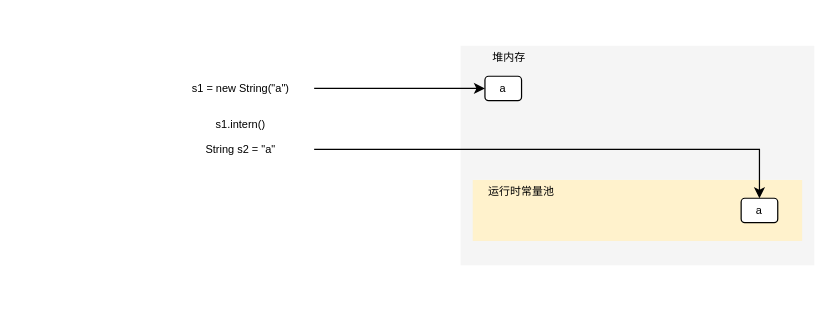
Earlier version of the draw.io diagram 流程图/未命名绘图.drawio (AlpacaMe/Draft). Source tidied: cells renumbered, new cells numbered last; positions are measured from the earlier drawing's top-left corner, leaving out a move shared by most shapes. Both pictures are drawn from the tidied source at 122%, with x=0, y=0 at pixel (167, 45).
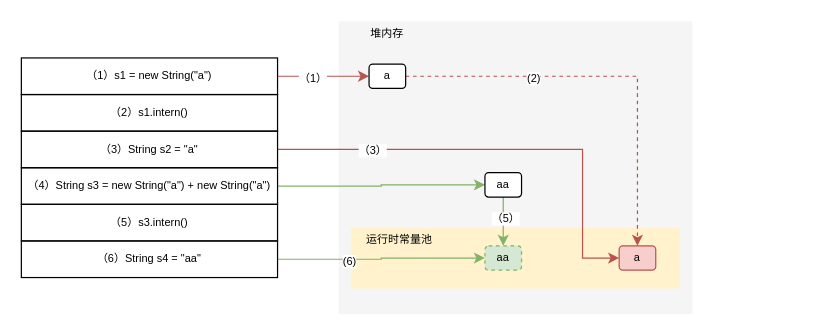
Above is the later version.

Commit message (it also covers changes not shown here):
更新未命名绘图.drawio

The edit, as a diff of the source:
```diff
@@
     <mxCell id="2" style="rounded=0;whiteSpace=wrap;html=1;fontSize=9;fillColor=#f5f5f5;fontColor=#333333;strokeColor=none;" parent="1" vertex="1">
-      <mxGeometry x="240" width="290" height="180" as="geometry" />
+      <mxGeometry x="140" y="-20" width="290" height="240" as="geometry" />
     </mxCell>
     <mxCell id="3" style="rounded=0;whiteSpace=wrap;html=1;fontSize=9;fillColor=#fff2cc;strokeColor=none;" parent="1" vertex="1">
-      <mxGeometry x="250" y="110" width="270" height="50" as="geometry" />
+      <mxGeometry x="150" y="149" width="270" height="50" as="geometry" />
     </mxCell>
     <mxCell id="4" value="堆内存" style="text;html=1;align=center;verticalAlign=middle;whiteSpace=wrap;rounded=0;fontSize=9;" parent="1" vertex="1">
-      <mxGeometry x="250" width="60" height="20" as="geometry" />
+      <mxGeometry x="150" y="-20" width="60" height="20" as="geometry" />
     </mxCell>
     <mxCell id="5" value="运行时常量池" style="text;html=1;align=center;verticalAlign=middle;whiteSpace=wrap;rounded=0;fontSize=9;" parent="1" vertex="1">
-      <mxGeometry x="250" y="110" width="80" height="20" as="geometry" />
+      <mxGeometry x="150" y="149" width="80" height="20" as="geometry" />
     </mxCell>
-    <mxCell id="6" value="a" style="rounded=1;whiteSpace=wrap;html=1;fontSize=9;" parent="1" vertex="1">
-      <mxGeometry x="470" y="125" width="30" height="20" as="geometry" />
+    <mxCell id="6" value="a" style="rounded=1;whiteSpace=wrap;html=1;fontSize=9;fillColor=#f8cecc;strokeColor=#b85450;" parent="1" vertex="1">
+      <mxGeometry x="370" y="164" width="30" height="20" as="geometry" />
     </mxCell>
-    <mxCell id="7" style="edgeStyle=orthogonalEdgeStyle;rounded=0;jettySize=auto;html=1;entryX=0;entryY=0.5;entryDx=0;entryDy=0;fontSize=9;" parent="1" edge="1" source="8" target="9">
+    <mxCell id="7" style="edgeStyle=orthogonalEdgeStyle;rounded=0;jettySize=auto;html=1;entryX=0;entryY=0.5;entryDx=0;entryDy=0;fontSize=9;fillColor=#f8cecc;strokeColor=#b85450;" parent="1" edge="1" source="8" target="9">
       <mxGeometry relative="1" as="geometry" />
     </mxCell>
+    <mxCell id="13" value="（1）" style="edgeLabel;html=1;align=center;verticalAlign=middle;fontSize=9;" parent="7" vertex="1">
+      <mxGeometry x="-0.25" y="-1" relative="1" as="geometry" />
+    </mxCell>
-    <mxCell id="8" value="s1 = new String(&quot;a&quot;)" style="text;html=1;align=center;verticalAlign=middle;whiteSpace=wrap;rounded=0;fontSize=9;" parent="1" vertex="1">
-      <mxGeometry y="20" width="120" height="30" as="geometry" />
+    <mxCell id="8" value="（1）s1 = new String(&quot;a&quot;)" style="text;html=1;align=center;verticalAlign=middle;whiteSpace=wrap;rounded=0;fontSize=9;strokeColor=default;strokeWidth=1;" parent="1" vertex="1">
+      <mxGeometry x="-120" y="10" width="210" height="30" as="geometry" />
     </mxCell>
+    <mxCell id="14" style="edgeStyle=orthogonalEdgeStyle;rounded=0;jettySize=auto;html=1;exitX=1;exitY=0.5;exitDx=0;exitDy=0;entryX=0.5;entryY=0;entryDx=0;entryDy=0;dashed=1;fontSize=9;fillColor=#f8cecc;strokeColor=#b85450;" parent="1" edge="1" source="9" target="6">
+      <mxGeometry relative="1" as="geometry" />
+    </mxCell>
+    <mxCell id="15" value="(2)" style="edgeLabel;html=1;align=center;verticalAlign=middle;fontSize=9;" parent="14" vertex="1">
+      <mxGeometry x="-0.37" y="-1" relative="1" as="geometry" />
+    </mxCell>
     <mxCell id="9" value="a" style="rounded=1;whiteSpace=wrap;html=1;fontSize=9;" parent="1" vertex="1">
-      <mxGeometry x="260" y="25" width="30" height="20" as="geometry" />
+      <mxGeometry x="165" y="15" width="30" height="20" as="geometry" />
     </mxCell>
-    <mxCell id="10" value="s1.intern()" style="text;html=1;align=center;verticalAlign=middle;whiteSpace=wrap;rounded=0;fontSize=9;" parent="1" vertex="1">
-      <mxGeometry y="50" width="120" height="30" as="geometry" />
+    <mxCell id="10" value="（2）s1.intern()" style="text;html=1;align=center;verticalAlign=middle;whiteSpace=wrap;rounded=0;fontSize=9;strokeColor=default;strokeWidth=1;" parent="1" vertex="1">
+      <mxGeometry x="-120" y="40" width="210" height="30" as="geometry" />
     </mxCell>
-    <mxCell id="11" style="edgeStyle=orthogonalEdgeStyle;rounded=0;jettySize=auto;html=1;exitX=1;exitY=0.5;exitDx=0;exitDy=0;entryX=0.5;entryY=0;entryDx=0;entryDy=0;" parent="1" edge="1" source="12" target="6">
+    <mxCell id="11" style="edgeStyle=orthogonalEdgeStyle;rounded=0;jettySize=auto;html=1;exitX=1;exitY=0.5;exitDx=0;exitDy=0;entryX=0;entryY=0.5;entryDx=0;entryDy=0;jumpStyle=arc;fontSize=9;fillColor=#f8cecc;strokeColor=#b85450;" parent="1" edge="1" source="12" target="6">
       <mxGeometry relative="1" as="geometry">
         <Array as="points">
-          <mxPoint x="485" y="85" />
+          <mxPoint x="340" y="85" />
+          <mxPoint x="340" y="174" />
         </Array>
       </mxGeometry>
     </mxCell>
+    <mxCell id="16" value="（3）" style="edgeLabel;html=1;align=center;verticalAlign=middle;fontSize=9;" parent="11" vertex="1">
+      <mxGeometry x="-0.58" relative="1" as="geometry" />
+    </mxCell>
-    <mxCell id="12" value="String s2 = &quot;a&quot;" style="text;html=1;align=center;verticalAlign=middle;whiteSpace=wrap;rounded=0;fontSize=9;" parent="1" vertex="1">
-      <mxGeometry y="70" width="120" height="30" as="geometry" />
+    <mxCell id="12" value="（3）String s2 = &quot;a&quot;" style="text;html=1;align=center;verticalAlign=middle;whiteSpace=wrap;rounded=0;fontSize=9;strokeColor=default;strokeWidth=1;" parent="1" vertex="1">
+      <mxGeometry x="-120" y="70" width="210" height="30" as="geometry" />
     </mxCell>
+    <mxCell id="17" style="edgeStyle=orthogonalEdgeStyle;rounded=0;jettySize=auto;html=1;exitX=1;exitY=0.5;exitDx=0;exitDy=0;entryX=0;entryY=0.5;entryDx=0;entryDy=0;jumpStyle=none;fillColor=#d5e8d4;strokeColor=#82b366;fontSize=9;" parent="1" edge="1" source="18" target="21">
+      <mxGeometry relative="1" as="geometry" />
+    </mxCell>
+    <mxCell id="18" value="（4）String s3 = new String(&quot;a&quot;) + new String(&quot;a&quot;)" style="text;html=1;align=center;verticalAlign=middle;whiteSpace=wrap;rounded=0;fontSize=9;strokeColor=default;strokeWidth=1;" parent="1" vertex="1">
+      <mxGeometry x="-120" y="100" width="210" height="30" as="geometry" />
+    </mxCell>
+    <mxCell id="19" style="edgeStyle=orthogonalEdgeStyle;rounded=0;jettySize=auto;html=1;entryX=0.5;entryY=0;entryDx=0;entryDy=0;fillColor=#d5e8d4;strokeColor=#82b366;fontSize=9;exitX=0.5;exitY=1;exitDx=0;exitDy=0;" parent="1" edge="1" source="21" target="23">
+      <mxGeometry relative="1" as="geometry" />
+    </mxCell>
+    <mxCell id="20" value="（5）" style="edgeLabel;html=1;align=center;verticalAlign=middle;fontSize=9;" parent="19" vertex="1">
+      <mxGeometry x="-0.16" y="1" relative="1" as="geometry" />
+    </mxCell>
+    <mxCell id="21" value="aa" style="rounded=1;whiteSpace=wrap;html=1;fontSize=9;" parent="1" vertex="1">
+      <mxGeometry x="260" y="104" width="30" height="20" as="geometry" />
+    </mxCell>
+    <mxCell id="22" value="（5）s3.intern()" style="text;html=1;align=center;verticalAlign=middle;whiteSpace=wrap;rounded=0;fontSize=9;strokeColor=default;strokeWidth=1;" parent="1" vertex="1">
+      <mxGeometry x="-120" y="130" width="210" height="30" as="geometry" />
+    </mxCell>
+    <mxCell id="23" value="aa" style="rounded=1;whiteSpace=wrap;html=1;fontSize=9;dashed=1;fillColor=#d5e8d4;strokeColor=#82b366;" parent="1" vertex="1">
+      <mxGeometry x="260" y="164" width="30" height="20" as="geometry" />
+    </mxCell>
+    <mxCell id="24" style="edgeStyle=orthogonalEdgeStyle;rounded=0;jettySize=auto;html=1;exitX=1;exitY=0.5;exitDx=0;exitDy=0;entryX=0;entryY=0.5;entryDx=0;entryDy=0;fillColor=#d5e8d4;strokeColor=#82b366;fontSize=9;" parent="1" edge="1" source="26" target="23">
+      <mxGeometry relative="1" as="geometry" />
+    </mxCell>
+    <mxCell id="25" value="(6)" style="edgeLabel;html=1;align=center;verticalAlign=middle;fontSize=9;" parent="24" vertex="1">
+      <mxGeometry x="-0.32" y="-1" relative="1" as="geometry" />
+    </mxCell>
+    <mxCell id="26" value="（6）String s4 = &quot;aa&quot;" style="text;html=1;align=center;verticalAlign=middle;whiteSpace=wrap;rounded=0;fontSize=9;strokeColor=default;strokeWidth=1;" parent="1" vertex="1">
+      <mxGeometry x="-120" y="160" width="210" height="30" as="geometry" />
+    </mxCell>
```
